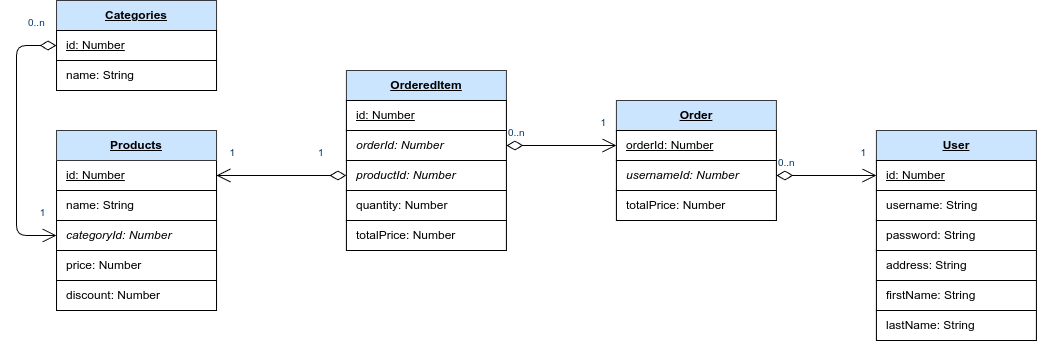
Above: misc/images/database.png in TobiZog/eventmaster (draw.io), before the change. Source tidied: cells renumbered, new cells last; positions are measured from the earlier drawing's top-left corner, leaving out a move shared by most shapes.
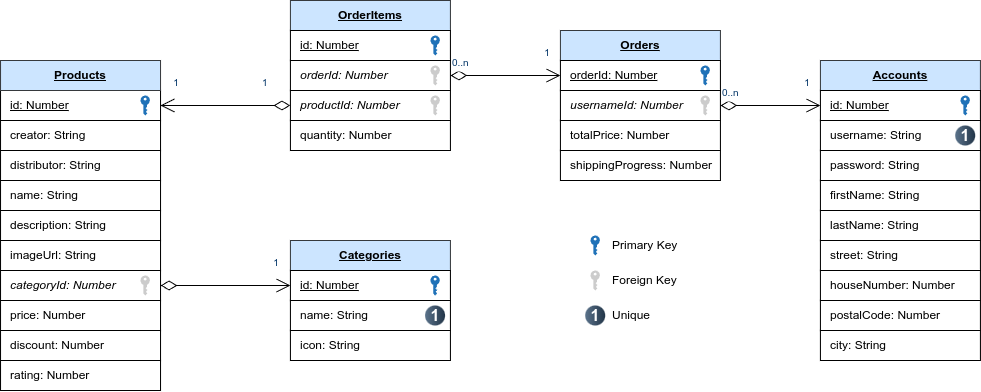
Later version of the same file.

Diff of the diagram source:
```diff
@@ -9,18 +9,18 @@
       <mxGeometry x="40" y="130" width="160" height="30" as="geometry" />
     </mxCell>
     <mxCell id="4" value="&lt;blockquote style=&quot;margin: 0px 0px 0px 8px; border: none; padding: 0px;&quot;&gt;name: String&lt;/blockquote&gt;" style="rounded=0;whiteSpace=wrap;html=1;align=left;" parent="1" vertex="1">
-      <mxGeometry x="40" y="190" width="160" height="30" as="geometry" />
+      <mxGeometry x="40" y="250" width="160" height="30" as="geometry" />
     </mxCell>
     <mxCell id="5" value="&lt;blockquote style=&quot;margin: 0px 0px 0px 8px; border: none; padding: 0px;&quot;&gt;price: Number&lt;/blockquote&gt;" style="rounded=0;whiteSpace=wrap;html=1;align=left;" parent="1" vertex="1">
-      <mxGeometry x="40" y="250" width="160" height="30" as="geometry" />
+      <mxGeometry x="40" y="370" width="160" height="30" as="geometry" />
     </mxCell>
     <mxCell id="6" value="&lt;blockquote style=&quot;margin: 0px 0px 0px 8px; border: none; padding: 0px;&quot;&gt;&lt;i&gt;categoryId: Number&lt;/i&gt;&lt;/blockquote&gt;" style="rounded=0;whiteSpace=wrap;html=1;align=left;" parent="1" vertex="1">
-      <mxGeometry x="40" y="220" width="160" height="30" as="geometry" />
+      <mxGeometry x="40" y="340" width="160" height="30" as="geometry" />
     </mxCell>
     <mxCell id="7" value="&lt;blockquote style=&quot;margin: 0px 0px 0px 8px; border: none; padding: 0px;&quot;&gt;discount: Number&lt;/blockquote&gt;" style="rounded=0;whiteSpace=wrap;html=1;align=left;" parent="1" vertex="1">
-      <mxGeometry x="40" y="280" width="160" height="30" as="geometry" />
+      <mxGeometry x="40" y="400" width="160" height="30" as="geometry" />
     </mxCell>
-    <mxCell id="8" value="&lt;blockquote style=&quot;margin: 0px; border: none; padding: 0px;&quot;&gt;&lt;b&gt;&lt;u&gt;User&lt;/u&gt;&lt;/b&gt;&lt;/blockquote&gt;" style="rounded=0;whiteSpace=wrap;html=1;align=center;fillColor=#cce5ff;strokeColor=#36393d;" parent="1" vertex="1">
+    <mxCell id="8" value="&lt;blockquote style=&quot;margin: 0px; border: none; padding: 0px;&quot;&gt;&lt;b&gt;&lt;u&gt;Accounts&lt;/u&gt;&lt;/b&gt;&lt;/blockquote&gt;" style="rounded=0;whiteSpace=wrap;html=1;align=center;fillColor=#cce5ff;strokeColor=#36393d;" parent="1" vertex="1">
       <mxGeometry x="859.9" y="130" width="160" height="30" as="geometry" />
     </mxCell>
     <mxCell id="9" value="&lt;blockquote style=&quot;margin: 0px 0px 0px 8px; border: none; padding: 0px;&quot;&gt;&lt;u&gt;id:&amp;nbsp;&lt;/u&gt;&lt;u style=&quot;background-color: initial;&quot;&gt;Number&lt;/u&gt;&lt;/blockquote&gt;" style="rounded=0;whiteSpace=wrap;html=1;align=left;" parent="1" vertex="1">
@@ -32,7 +32,7 @@
     <mxCell id="11" value="&lt;blockquote style=&quot;margin: 0px 0px 0px 8px; border: none; padding: 0px;&quot;&gt;password: String&lt;/blockquote&gt;" style="rounded=0;whiteSpace=wrap;html=1;align=left;" parent="1" vertex="1">
       <mxGeometry x="859.9" y="220" width="160" height="30" as="geometry" />
     </mxCell>
-    <mxCell id="12" value="&lt;blockquote style=&quot;margin: 0px; border: none; padding: 0px;&quot;&gt;&lt;b&gt;&lt;u&gt;OrderedItem&lt;/u&gt;&lt;/b&gt;&lt;/blockquote&gt;" style="rounded=0;whiteSpace=wrap;html=1;align=center;fillColor=#cce5ff;strokeColor=#36393d;" parent="1" vertex="1">
+    <mxCell id="12" value="&lt;blockquote style=&quot;margin: 0px; border: none; padding: 0px;&quot;&gt;&lt;b&gt;&lt;u&gt;OrderItems&lt;/u&gt;&lt;/b&gt;&lt;/blockquote&gt;" style="rounded=0;whiteSpace=wrap;html=1;align=center;fillColor=#cce5ff;strokeColor=#36393d;" parent="1" vertex="1">
       <mxGeometry x="329.9" y="70" width="160" height="30" as="geometry" />
     </mxCell>
     <mxCell id="13" value="&lt;blockquote style=&quot;margin: 0px 0px 0px 8px; border: none; padding: 0px;&quot;&gt;&lt;u&gt;id:&amp;nbsp;&lt;/u&gt;&lt;u style=&quot;background-color: initial;&quot;&gt;Number&lt;/u&gt;&lt;/blockquote&gt;" style="rounded=0;whiteSpace=wrap;html=1;align=left;" parent="1" vertex="1">
@@ -45,21 +45,16 @@
       <mxGeometry x="599.9" y="190" width="160" height="30" as="geometry" />
     </mxCell>
     <mxCell id="16" value="&lt;blockquote style=&quot;margin: 0px; border: none; padding: 0px;&quot;&gt;&lt;b&gt;&lt;u&gt;Categories&lt;/u&gt;&lt;/b&gt;&lt;/blockquote&gt;" style="rounded=0;whiteSpace=wrap;html=1;align=center;fillColor=#cce5ff;strokeColor=#36393d;" parent="1" vertex="1">
-      <mxGeometry x="40" width="160" height="30" as="geometry" />
+      <mxGeometry x="329.9" y="310" width="160" height="30" as="geometry" />
     </mxCell>
     <mxCell id="17" value="&lt;blockquote style=&quot;margin: 0px 0px 0px 8px; border: none; padding: 0px;&quot;&gt;&lt;u&gt;id:&amp;nbsp;&lt;/u&gt;&lt;u style=&quot;background-color: initial;&quot;&gt;Number&lt;/u&gt;&lt;/blockquote&gt;" style="rounded=0;whiteSpace=wrap;html=1;align=left;" parent="1" vertex="1">
-      <mxGeometry x="40" y="30" width="160" height="30" as="geometry" />
+      <mxGeometry x="329.9" y="340" width="160" height="30" as="geometry" />
     </mxCell>
     <mxCell id="18" value="&lt;blockquote style=&quot;margin: 0px 0px 0px 8px; border: none; padding: 0px;&quot;&gt;name: String&lt;/blockquote&gt;" style="rounded=0;whiteSpace=wrap;html=1;align=left;" parent="1" vertex="1">
-      <mxGeometry x="40" y="60" width="160" height="30" as="geometry" />
+      <mxGeometry x="329.9" y="370" width="160" height="30" as="geometry" />
     </mxCell>
-    <mxCell id="19" style="endArrow=open;endSize=12;startArrow=diamondThin;startSize=14;startFill=0;edgeStyle=orthogonalEdgeStyle;entryX=0;entryY=0.5;entryDx=0;entryDy=0;exitX=0;exitY=0.5;exitDx=0;exitDy=0;" parent="1" edge="1" source="17" target="6">
-      <mxGeometry x="389.4" y="350" as="geometry">
-        <Array as="points">
-          <mxPoint y="45" />
-          <mxPoint y="235" />
-        </Array>
-      </mxGeometry>
+    <mxCell id="19" style="endArrow=open;endSize=12;startArrow=diamondThin;startSize=14;startFill=0;edgeStyle=orthogonalEdgeStyle;entryX=0;entryY=0.5;entryDx=0;entryDy=0;exitX=1;exitY=0.5;exitDx=0;exitDy=0;" parent="1" edge="1" source="6" target="17">
+      <mxGeometry x="389.4" y="350" as="geometry" />
     </mxCell>
     <mxCell id="20" value="0..n" style="align=left;verticalAlign=top;labelBackgroundColor=#ffffff;fontSize=10;strokeColor=#003366;shadow=1;fillColor=#D4E1F5;fontColor=#003366;" parent="19" vertex="1">
       <mxGeometry x="-1" relative="1" as="geometry">
@@ -100,16 +95,16 @@
         <mxPoint x="20" y="-35" as="offset" />
       </mxGeometry>
     </mxCell>
-    <mxCell id="29" value="&lt;blockquote style=&quot;margin: 0px 0px 0px 8px; border: none; padding: 0px;&quot;&gt;address: String&lt;/blockquote&gt;" style="rounded=0;whiteSpace=wrap;html=1;align=left;" parent="1" vertex="1">
-      <mxGeometry x="859.9" y="250" width="160" height="30" as="geometry" />
+    <mxCell id="29" value="&lt;blockquote style=&quot;margin: 0px 0px 0px 8px; border: none; padding: 0px;&quot;&gt;street: String&lt;/blockquote&gt;" style="rounded=0;whiteSpace=wrap;html=1;align=left;" parent="1" vertex="1">
+      <mxGeometry x="859.9" y="310" width="160" height="30" as="geometry" />
     </mxCell>
     <mxCell id="30" value="&lt;blockquote style=&quot;margin: 0px 0px 0px 8px; border: none; padding: 0px;&quot;&gt;firstName: String&lt;/blockquote&gt;" style="rounded=0;whiteSpace=wrap;html=1;align=left;" parent="1" vertex="1">
-      <mxGeometry x="859.9" y="280" width="160" height="30" as="geometry" />
+      <mxGeometry x="859.9" y="250" width="160" height="30" as="geometry" />
     </mxCell>
     <mxCell id="31" value="&lt;blockquote style=&quot;margin: 0px 0px 0px 8px; border: none; padding: 0px;&quot;&gt;lastName: String&lt;/blockquote&gt;" style="rounded=0;whiteSpace=wrap;html=1;align=left;" parent="1" vertex="1">
-      <mxGeometry x="859.9" y="310" width="160" height="30" as="geometry" />
+      <mxGeometry x="859.9" y="280" width="160" height="30" as="geometry" />
     </mxCell>
-    <mxCell id="32" value="&lt;blockquote style=&quot;margin: 0px; border: none; padding: 0px;&quot;&gt;&lt;b&gt;&lt;u&gt;Order&lt;/u&gt;&lt;/b&gt;&lt;/blockquote&gt;" style="rounded=0;whiteSpace=wrap;html=1;align=center;fillColor=#cce5ff;strokeColor=#36393d;" parent="1" vertex="1">
+    <mxCell id="32" value="&lt;blockquote style=&quot;margin: 0px; border: none; padding: 0px;&quot;&gt;&lt;b&gt;&lt;u&gt;Orders&lt;/u&gt;&lt;/b&gt;&lt;/blockquote&gt;" style="rounded=0;whiteSpace=wrap;html=1;align=center;fillColor=#cce5ff;strokeColor=#36393d;" parent="1" vertex="1">
       <mxGeometry x="599.9" y="100" width="160" height="30" as="geometry" />
     </mxCell>
     <mxCell id="33" value="&lt;blockquote style=&quot;margin: 0px 0px 0px 8px; border: none; padding: 0px;&quot;&gt;&lt;u&gt;orderId: Number&lt;/u&gt;&lt;/blockquote&gt;" style="rounded=0;whiteSpace=wrap;html=1;align=left;" parent="1" vertex="1">
@@ -131,11 +126,89 @@
         <mxPoint x="-9" y="-35" as="offset" />
       </mxGeometry>
     </mxCell>
-    <mxCell id="38" value="&lt;blockquote style=&quot;margin: 0px 0px 0px 8px; border: none; padding: 0px;&quot;&gt;totalPrice: Number&lt;/blockquote&gt;" style="rounded=0;whiteSpace=wrap;html=1;align=left;" parent="1" vertex="1">
-      <mxGeometry x="329.9" y="220" width="160" height="30" as="geometry" />
-    </mxCell>
     <mxCell id="39" value="&lt;blockquote style=&quot;margin: 0px 0px 0px 8px; border: none; padding: 0px;&quot;&gt;quantity: Number&lt;/blockquote&gt;" style="rounded=0;whiteSpace=wrap;html=1;align=left;" parent="1" vertex="1">
       <mxGeometry x="329.9" y="190" width="160" height="30" as="geometry" />
     </mxCell>
+    <mxCell id="40" value="&lt;blockquote style=&quot;margin: 0px 0px 0px 8px; border: none; padding: 0px;&quot;&gt;icon: String&lt;/blockquote&gt;" style="rounded=0;whiteSpace=wrap;html=1;align=left;" parent="1" vertex="1">
+      <mxGeometry x="329.9" y="400" width="160" height="30" as="geometry" />
+    </mxCell>
+    <mxCell id="41" value="&lt;blockquote style=&quot;margin: 0px 0px 0px 8px; border: none; padding: 0px;&quot;&gt;creator: String&lt;/blockquote&gt;" style="rounded=0;whiteSpace=wrap;html=1;align=left;" parent="1" vertex="1">
+      <mxGeometry x="40" y="190" width="160" height="30" as="geometry" />
+    </mxCell>
+    <mxCell id="42" value="&lt;blockquote style=&quot;margin: 0px 0px 0px 8px; border: none; padding: 0px;&quot;&gt;distributor: String&lt;/blockquote&gt;" style="rounded=0;whiteSpace=wrap;html=1;align=left;" parent="1" vertex="1">
+      <mxGeometry x="40" y="220" width="160" height="30" as="geometry" />
+    </mxCell>
+    <mxCell id="43" value="&lt;blockquote style=&quot;margin: 0px 0px 0px 8px; border: none; padding: 0px;&quot;&gt;rating: Number&lt;/blockquote&gt;" style="rounded=0;whiteSpace=wrap;html=1;align=left;" parent="1" vertex="1">
+      <mxGeometry x="40" y="430" width="160" height="30" as="geometry" />
+    </mxCell>
+    <mxCell id="44" value="&lt;blockquote style=&quot;margin: 0px 0px 0px 8px; border: none; padding: 0px;&quot;&gt;imageUrl: String&lt;/blockquote&gt;" style="rounded=0;whiteSpace=wrap;html=1;align=left;" parent="1" vertex="1">
+      <mxGeometry x="40" y="310" width="160" height="30" as="geometry" />
+    </mxCell>
+    <mxCell id="45" value="&lt;blockquote style=&quot;margin: 0px 0px 0px 8px; border: none; padding: 0px;&quot;&gt;description: String&lt;/blockquote&gt;" style="rounded=0;whiteSpace=wrap;html=1;align=left;" parent="1" vertex="1">
+      <mxGeometry x="40" y="280" width="160" height="30" as="geometry" />
+    </mxCell>
+    <mxCell id="46" value="&lt;blockquote style=&quot;margin: 0px 0px 0px 8px; border: none; padding: 0px;&quot;&gt;shippingProgress: Number&lt;/blockquote&gt;" style="rounded=0;whiteSpace=wrap;html=1;align=left;" parent="1" vertex="1">
+      <mxGeometry x="599.9" y="220" width="160" height="30" as="geometry" />
+    </mxCell>
+    <mxCell id="47" value="&lt;blockquote style=&quot;margin: 0px 0px 0px 8px; border: none; padding: 0px;&quot;&gt;houseNumber: Number&lt;/blockquote&gt;" style="rounded=0;whiteSpace=wrap;html=1;align=left;" parent="1" vertex="1">
+      <mxGeometry x="859.9" y="340" width="160" height="30" as="geometry" />
+    </mxCell>
+    <mxCell id="48" value="&lt;blockquote style=&quot;margin: 0px 0px 0px 8px; border: none; padding: 0px;&quot;&gt;postalCode: Number&lt;/blockquote&gt;" style="rounded=0;whiteSpace=wrap;html=1;align=left;" parent="1" vertex="1">
+      <mxGeometry x="859.9" y="370" width="160" height="30" as="geometry" />
+    </mxCell>
+    <mxCell id="49" value="&lt;blockquote style=&quot;margin: 0px 0px 0px 8px; border: none; padding: 0px;&quot;&gt;city: String&lt;/blockquote&gt;" style="rounded=0;whiteSpace=wrap;html=1;align=left;" parent="1" vertex="1">
+      <mxGeometry x="859.9" y="400" width="160" height="30" as="geometry" />
+    </mxCell>
+    <mxCell id="50" style="sketch=0;shadow=0;dashed=0;html=1;strokeColor=none;labelPosition=center;verticalLabelPosition=bottom;verticalAlign=top;align=center;shape=mxgraph.office.security.key_permissions;fillColor=#2072B8;" parent="1" vertex="1">
+      <mxGeometry x="1000" y="165" width="9.4" height="20" as="geometry" />
+    </mxCell>
+    <mxCell id="51" style="sketch=0;shadow=0;dashed=0;html=1;strokeColor=none;labelPosition=center;verticalLabelPosition=bottom;verticalAlign=top;align=center;shape=mxgraph.office.security.key_permissions;fillColor=#2072B8;" parent="1" vertex="1">
+      <mxGeometry x="740" y="135" width="9.4" height="20" as="geometry" />
+    </mxCell>
+    <mxCell id="52" style="sketch=0;shadow=0;dashed=0;html=1;strokeColor=none;labelPosition=center;verticalLabelPosition=bottom;verticalAlign=top;align=center;shape=mxgraph.office.security.key_permissions;fillColor=#2072B8;" parent="1" vertex="1">
+      <mxGeometry x="470" y="105" width="9.4" height="20" as="geometry" />
+    </mxCell>
+    <mxCell id="53" style="sketch=0;shadow=0;dashed=0;html=1;strokeColor=none;labelPosition=center;verticalLabelPosition=bottom;verticalAlign=top;align=center;shape=mxgraph.office.security.key_permissions;fillColor=#2072B8;" parent="1" vertex="1">
+      <mxGeometry x="180" y="165" width="9.4" height="20" as="geometry" />
+    </mxCell>
+    <mxCell id="54" style="sketch=0;shadow=0;dashed=0;html=1;strokeColor=none;labelPosition=center;verticalLabelPosition=bottom;verticalAlign=top;align=center;shape=mxgraph.office.security.key_permissions;fillColor=#2072B8;" parent="1" vertex="1">
+      <mxGeometry x="469.9" y="345" width="9.4" height="20" as="geometry" />
+    </mxCell>
+    <mxCell id="55" value="1" style="ellipse;whiteSpace=wrap;html=1;rotation=0;gradientColor=#223548;strokeColor=none;gradientDirection=east;fillColor=#5b738b;rounded=0;fontFamily=Helvetica;fontSize=16;fontColor=#FFFFFF;spacingTop=4;spacingBottom=4;spacingLeft=4;spacingRight=4;fontStyle=1;" parent="1" vertex="1">
+      <mxGeometry x="994.7" y="195" width="20" height="20" as="geometry" />
+    </mxCell>
+    <mxCell id="56" value="1" style="ellipse;whiteSpace=wrap;html=1;rotation=0;gradientColor=#223548;strokeColor=none;gradientDirection=east;fillColor=#5b738b;rounded=0;fontFamily=Helvetica;fontSize=16;fontColor=#FFFFFF;spacingTop=4;spacingBottom=4;spacingLeft=4;spacingRight=4;fontStyle=1;" parent="1" vertex="1">
+      <mxGeometry x="464.6" y="375" width="20" height="20" as="geometry" />
+    </mxCell>
+    <mxCell id="57" style="sketch=0;shadow=0;dashed=0;html=1;strokeColor=none;labelPosition=center;verticalLabelPosition=bottom;verticalAlign=top;align=center;shape=mxgraph.office.security.key_permissions;fillColor=#2072B8;" parent="1" vertex="1">
+      <mxGeometry x="630" y="305" width="9.4" height="20" as="geometry" />
+    </mxCell>
+    <mxCell id="58" value="Primary Key" style="text;strokeColor=none;align=left;fillColor=none;html=1;verticalAlign=middle;whiteSpace=wrap;rounded=0;" parent="1" vertex="1">
+      <mxGeometry x="649.9" y="300" width="110" height="30" as="geometry" />
+    </mxCell>
+    <mxCell id="59" value="1" style="ellipse;whiteSpace=wrap;html=1;rotation=0;gradientColor=#223548;strokeColor=none;gradientDirection=east;fillColor=#5b738b;rounded=0;fontFamily=Helvetica;fontSize=16;fontColor=#FFFFFF;spacingTop=4;spacingBottom=4;spacingLeft=4;spacingRight=4;fontStyle=1;" parent="1" vertex="1">
+      <mxGeometry x="624.7" y="375" width="20" height="20" as="geometry" />
+    </mxCell>
+    <mxCell id="60" value="Unique" style="text;strokeColor=none;align=left;fillColor=none;html=1;verticalAlign=middle;whiteSpace=wrap;rounded=0;" parent="1" vertex="1">
+      <mxGeometry x="649.9" y="370" width="110" height="30" as="geometry" />
+    </mxCell>
+    <mxCell id="61" style="sketch=0;shadow=0;dashed=0;html=1;strokeColor=none;labelPosition=center;verticalLabelPosition=bottom;verticalAlign=top;align=center;shape=mxgraph.office.security.key_permissions;fillColor=#CCCCCC;" parent="1" vertex="1">
+      <mxGeometry x="470" y="135" width="9.4" height="20" as="geometry" />
+    </mxCell>
+    <mxCell id="62" style="sketch=0;shadow=0;dashed=0;html=1;strokeColor=none;labelPosition=center;verticalLabelPosition=bottom;verticalAlign=top;align=center;shape=mxgraph.office.security.key_permissions;fillColor=#CCCCCC;" parent="1" vertex="1">
+      <mxGeometry x="470" y="165" width="9.4" height="20" as="geometry" />
+    </mxCell>
+    <mxCell id="63" style="sketch=0;shadow=0;dashed=0;html=1;strokeColor=none;labelPosition=center;verticalLabelPosition=bottom;verticalAlign=top;align=center;shape=mxgraph.office.security.key_permissions;fillColor=#CCCCCC;" parent="1" vertex="1">
+      <mxGeometry x="740" y="165" width="9.4" height="20" as="geometry" />
+    </mxCell>
+    <mxCell id="64" style="sketch=0;shadow=0;dashed=0;html=1;strokeColor=none;labelPosition=center;verticalLabelPosition=bottom;verticalAlign=top;align=center;shape=mxgraph.office.security.key_permissions;fillColor=#CCCCCC;" parent="1" vertex="1">
+      <mxGeometry x="180" y="345" width="9.4" height="20" as="geometry" />
+    </mxCell>
+    <mxCell id="65" style="sketch=0;shadow=0;dashed=0;html=1;strokeColor=none;labelPosition=center;verticalLabelPosition=bottom;verticalAlign=top;align=center;shape=mxgraph.office.security.key_permissions;fillColor=#CCCCCC;" parent="1" vertex="1">
+      <mxGeometry x="630" y="340" width="9.4" height="20" as="geometry" />
+    </mxCell>
+    <mxCell id="66" value="Foreign Key" style="text;strokeColor=none;align=left;fillColor=none;html=1;verticalAlign=middle;whiteSpace=wrap;rounded=0;" parent="1" vertex="1">
+      <mxGeometry x="649.9" y="335" width="110" height="30" as="geometry" />
+    </mxCell>
   </root>
 </mxGraphModel>
```
